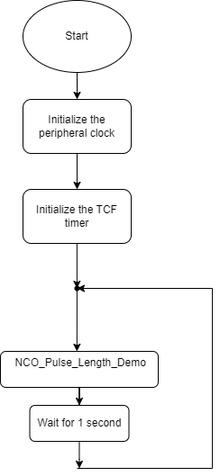
microchip-pic-avr-examples/avr16eb32-getting-started-with-tcf-mplab-mcc keeps this draw.io diagram as images/ncoFixedDutyCycleFlowchart.png. Above is the earlier version. Source tidied: cells renumbered, new cells last; positions are measured from the earlier drawing's top-left corner, leaving out a move shared by most shapes.
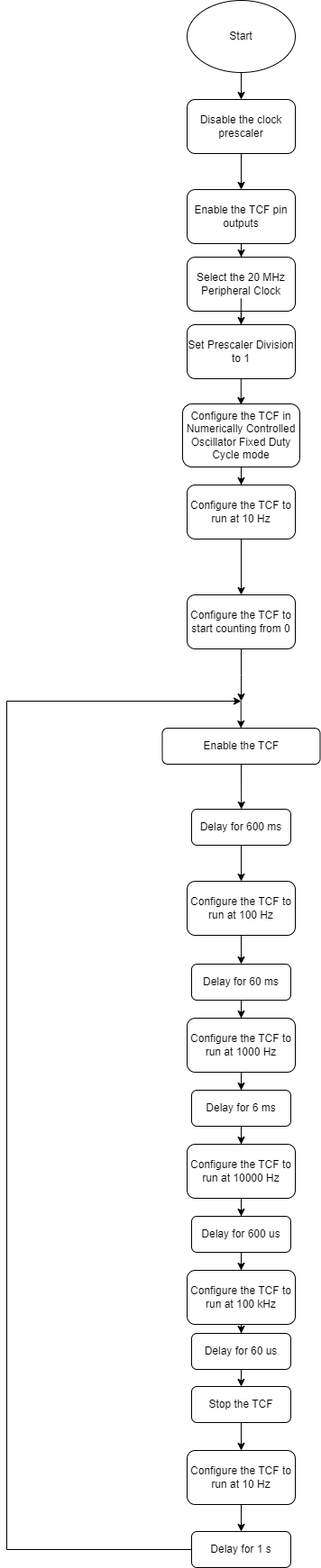
Above is the later version.

The edit, as a diff of the source:
```diff
@@ -11,55 +11,156 @@
     <mxCell id="4" style="edgeStyle=orthogonalEdgeStyle;rounded=0;jettySize=auto;html=1;" parent="1" edge="1" source="5" target="6">
       <mxGeometry relative="1" as="geometry" />
     </mxCell>
-    <mxCell id="5" value="Initialize the peripheral clock" style="rounded=1;whiteSpace=wrap;html=1;" parent="1" vertex="1">
+    <mxCell id="5" value="Disable the clock prescaler" style="rounded=1;whiteSpace=wrap;html=1;" parent="1" vertex="1">
       <mxGeometry x="25" y="110" width="120" height="60" as="geometry" />
     </mxCell>
+    <mxCell id="16" style="edgeStyle=orthogonalEdgeStyle;rounded=0;jettySize=auto;html=1;" parent="1" edge="1" source="6" target="19">
+      <mxGeometry relative="1" as="geometry" />
+    </mxCell>
-    <mxCell id="6" value="Initialize the TCF timer" style="rounded=1;whiteSpace=wrap;html=1;" parent="1" vertex="1">
+    <mxCell id="6" value="Enable the TCF pin outputs" style="rounded=1;whiteSpace=wrap;html=1;" parent="1" vertex="1">
       <mxGeometry x="25" y="210" width="120" height="60" as="geometry" />
     </mxCell>
-    <mxCell id="7" style="edgeStyle=orthogonalEdgeStyle;rounded=0;jettySize=auto;html=1;" parent="1" edge="1" source="8" target="15">
-      <mxGeometry relative="1" as="geometry" />
-    </mxCell>
-    <mxCell id="8" value="&lt;div&gt;&amp;nbsp;NCO_Pulse_Length_Demo&lt;/div&gt;&lt;div&gt;&lt;br&gt;&lt;/div&gt;" style="rounded=1;whiteSpace=wrap;html=1;" parent="1" vertex="1">
-      <mxGeometry y="390" width="175" height="40" as="geometry" />
+    <mxCell id="8" value="Enable the TCF" style="rounded=1;whiteSpace=wrap;html=1;" parent="1" vertex="1">
+      <mxGeometry x="-2.5" y="808" width="175" height="40" as="geometry" />
     </mxCell>
-    <mxCell id="9" style="endArrow=classic;html=1;rounded=0;" parent="1" edge="1">
-      <mxGeometry relative="1" as="geometry">
-        <mxPoint x="84.9" y="270" as="sourcePoint" />
-        <mxPoint x="84.9" y="320" as="targetPoint" />
-      </mxGeometry>
-    </mxCell>
-    <mxCell id="10" style="endArrow=classic;html=1;rounded=0;entryX=0.441;entryY=0.667;entryDx=0;entryDy=0;entryPerimeter=0;" parent="1" edge="1">
-      <mxGeometry relative="1" as="geometry">
-        <mxPoint x="84.9" y="320" as="sourcePoint" />
-        <mxPoint x="84.9" y="390" as="targetPoint" />
-      </mxGeometry>
-    </mxCell>
-    <mxCell id="11" style="endArrow=classic;html=1;rounded=0;edgeStyle=orthogonalEdgeStyle;" parent="1" edge="1" source="13">
-      <mxGeometry relative="1" as="geometry">
-        <mxPoint x="85" y="320" as="targetPoint" />
-      </mxGeometry>
-    </mxCell>
-    <mxCell id="12" style="endArrow=classic;html=1;rounded=0;edgeStyle=orthogonalEdgeStyle;" parent="1" edge="1" target="13">
-      <mxGeometry relative="1" as="geometry">
-        <mxPoint x="85" y="520" as="sourcePoint" />
-        <Array as="points">
-          <mxPoint x="85" y="520" />
-          <mxPoint x="235" y="520" />
-          <mxPoint x="235" y="320" />
-        </Array>
-      </mxGeometry>
-    </mxCell>
-    <mxCell id="13" style="shape=waypoint;sketch=0;fillStyle=solid;size=6;points=[];fillColor=none;perimeter=centerPerimeter;snapToPoint=1;" parent="1" vertex="1">
-      <mxGeometry x="75" y="310" width="20" height="20" as="geometry" />
-    </mxCell>
-    <mxCell id="14" style="edgeStyle=orthogonalEdgeStyle;rounded=0;jettySize=auto;html=1;" parent="1" edge="1" source="15">
-      <mxGeometry relative="1" as="geometry">
-        <mxPoint x="87.5" y="520" as="targetPoint" />
-      </mxGeometry>
-    </mxCell>
+    <mxCell id="17" style="edgeStyle=orthogonalEdgeStyle;rounded=0;jettySize=auto;html=1;" parent="1" edge="1" source="15" target="29">
+      <mxGeometry relative="1" as="geometry" />
+    </mxCell>
-    <mxCell id="15" value="Wait for 1 second" style="rounded=1;whiteSpace=wrap;html=1;" parent="1" vertex="1">
-      <mxGeometry x="32.5" y="450" width="110" height="40" as="geometry" />
+    <mxCell id="15" value="Delay for 600 ms" style="rounded=1;whiteSpace=wrap;html=1;" parent="1" vertex="1">
+      <mxGeometry x="30" y="898" width="110" height="40" as="geometry" />
     </mxCell>
+    <mxCell id="18" style="edgeStyle=orthogonalEdgeStyle;rounded=0;jettySize=auto;html=1;" parent="1" edge="1" source="19" target="39">
+      <mxGeometry relative="1" as="geometry" />
+    </mxCell>
+    <mxCell id="19" value="Select the 20 MHz Peripheral Clock" style="rounded=1;whiteSpace=wrap;html=1;" parent="1" vertex="1">
+      <mxGeometry x="25" y="285" width="120" height="60" as="geometry" />
+    </mxCell>
+    <mxCell id="20" style="edgeStyle=orthogonalEdgeStyle;rounded=0;jettySize=auto;html=1;" parent="1" edge="1" source="21" target="23">
+      <mxGeometry relative="1" as="geometry" />
+    </mxCell>
+    <mxCell id="21" value="Configure the TCF in Numerically Controlled Oscillator Fixed Duty Cycle mode" style="rounded=1;whiteSpace=wrap;html=1;" parent="1" vertex="1">
+      <mxGeometry x="20" y="448" width="130" height="70" as="geometry" />
+    </mxCell>
+    <mxCell id="22" style="edgeStyle=orthogonalEdgeStyle;rounded=0;jettySize=auto;html=1;" parent="1" edge="1" source="23" target="26">
+      <mxGeometry relative="1" as="geometry" />
+    </mxCell>
+    <mxCell id="23" value="Configure the TCF to run at 10 Hz" style="rounded=1;whiteSpace=wrap;html=1;" parent="1" vertex="1">
+      <mxGeometry x="25" y="538" width="120" height="60" as="geometry" />
+    </mxCell>
+    <mxCell id="24" style="edgeStyle=orthogonalEdgeStyle;rounded=0;jettySize=auto;html=1;" parent="1" edge="1" source="26" target="27">
+      <mxGeometry relative="1" as="geometry">
+        <Array as="points">
+          <mxPoint x="85" y="740" />
+        </Array>
+      </mxGeometry>
+    </mxCell>
+    <mxCell id="25" style="edgeStyle=orthogonalEdgeStyle;rounded=0;jettySize=auto;html=1;" parent="1" edge="1" source="26">
+      <mxGeometry relative="1" as="geometry">
+        <mxPoint x="85" y="778" as="targetPoint" />
+      </mxGeometry>
+    </mxCell>
+    <mxCell id="26" value="Configure the TCF to start counting from 0" style="rounded=1;whiteSpace=wrap;html=1;" parent="1" vertex="1">
+      <mxGeometry x="25" y="660" width="120" height="60" as="geometry" />
+    </mxCell>
+    <mxCell id="27" style="ellipse;whiteSpace=wrap;html=1;" parent="1" vertex="1">
+      <mxGeometry x="-325" y="-240" as="geometry" />
+    </mxCell>
+    <mxCell id="28" style="edgeStyle=orthogonalEdgeStyle;rounded=0;jettySize=auto;html=1;" parent="1" edge="1" source="29" target="41">
+      <mxGeometry relative="1" as="geometry" />
+    </mxCell>
+    <mxCell id="29" value="Configure the TCF to run at 100 Hz" style="rounded=1;whiteSpace=wrap;html=1;" parent="1" vertex="1">
+      <mxGeometry x="25" y="978" width="120" height="60" as="geometry" />
+    </mxCell>
+    <mxCell id="30" style="endArrow=classic;html=1;rounded=0;exitX=0.5;exitY=1;exitDx=0;exitDy=0;" parent="1" edge="1" source="8">
+      <mxGeometry relative="1" as="geometry">
+        <mxPoint x="85.2" y="898" as="targetPoint" />
+      </mxGeometry>
+    </mxCell>
+    <mxCell id="31" style="edgeStyle=orthogonalEdgeStyle;rounded=0;jettySize=auto;html=1;entryX=0.5;entryY=0;entryDx=0;entryDy=0;" parent="1" edge="1" target="34">
+      <mxGeometry relative="1" as="geometry">
+        <mxPoint x="85" y="1579" as="sourcePoint" />
+      </mxGeometry>
+    </mxCell>
+    <mxCell id="32" value="Stop the TCF" style="rounded=1;whiteSpace=wrap;html=1;" parent="1" vertex="1">
+      <mxGeometry x="30" y="1539" width="110" height="40" as="geometry" />
+    </mxCell>
+    <mxCell id="33" style="edgeStyle=orthogonalEdgeStyle;rounded=0;jettySize=auto;html=1;" parent="1" edge="1" source="34" target="36">
+      <mxGeometry relative="1" as="geometry" />
+    </mxCell>
+    <mxCell id="34" value="Configure the TCF to run at 10 Hz" style="rounded=1;whiteSpace=wrap;html=1;" parent="1" vertex="1">
+      <mxGeometry x="25" y="1610" width="120" height="60" as="geometry" />
+    </mxCell>
+    <mxCell id="35" style="edgeStyle=orthogonalEdgeStyle;rounded=0;jettySize=auto;html=1;exitX=0;exitY=0.5;exitDx=0;exitDy=0;" parent="1" edge="1" source="36">
+      <mxGeometry relative="1" as="geometry">
+        <mxPoint x="85" y="778" as="targetPoint" />
+        <Array as="points">
+          <mxPoint x="-175" y="1720" />
+          <mxPoint x="-175" y="778" />
+        </Array>
+      </mxGeometry>
+    </mxCell>
+    <mxCell id="36" value="Delay for 1 s" style="rounded=1;whiteSpace=wrap;html=1;" parent="1" vertex="1">
+      <mxGeometry x="30" y="1700" width="110" height="40" as="geometry" />
+    </mxCell>
+    <mxCell id="37" style="endArrow=classic;html=1;rounded=0;" parent="1" edge="1">
+      <mxGeometry relative="1" as="geometry">
+        <mxPoint x="84.7" y="778" as="sourcePoint" />
+        <mxPoint x="84.7" y="808" as="targetPoint" />
+      </mxGeometry>
+    </mxCell>
+    <mxCell id="38" style="edgeStyle=orthogonalEdgeStyle;rounded=0;orthogonalLoop=1;jettySize=auto;html=1;" parent="1" edge="1">
+      <mxGeometry relative="1" as="geometry">
+        <mxPoint x="84.8" y="331" as="sourcePoint" />
+        <mxPoint x="84.8" y="449" as="targetPoint" />
+      </mxGeometry>
+    </mxCell>
+    <mxCell id="39" value="Set Prescaler Division to 1" style="rounded=1;whiteSpace=wrap;html=1;" parent="1" vertex="1">
+      <mxGeometry x="25" y="360" width="120" height="60" as="geometry" />
+    </mxCell>
+    <mxCell id="40" style="edgeStyle=orthogonalEdgeStyle;rounded=0;jettySize=auto;html=1;" parent="1" edge="1" source="41" target="43">
+      <mxGeometry relative="1" as="geometry" />
+    </mxCell>
+    <mxCell id="41" value="Delay for 60 ms" style="rounded=1;whiteSpace=wrap;html=1;" parent="1" vertex="1">
+      <mxGeometry x="30" y="1070" width="110" height="40" as="geometry" />
+    </mxCell>
+    <mxCell id="42" style="edgeStyle=orthogonalEdgeStyle;rounded=0;jettySize=auto;html=1;entryX=0.5;entryY=0;entryDx=0;entryDy=0;" parent="1" edge="1" source="43" target="45">
+      <mxGeometry relative="1" as="geometry" />
+    </mxCell>
+    <mxCell id="43" value="Configure the TCF to run at 1000 Hz" style="rounded=1;whiteSpace=wrap;html=1;" parent="1" vertex="1">
+      <mxGeometry x="25" y="1130" width="120" height="60" as="geometry" />
+    </mxCell>
+    <mxCell id="44" style="edgeStyle=orthogonalEdgeStyle;rounded=0;jettySize=auto;html=1;" parent="1" edge="1" source="45" target="47">
+      <mxGeometry relative="1" as="geometry" />
+    </mxCell>
+    <mxCell id="45" value="Delay for 6 ms" style="rounded=1;whiteSpace=wrap;html=1;" parent="1" vertex="1">
+      <mxGeometry x="30" y="1210" width="110" height="40" as="geometry" />
+    </mxCell>
+    <mxCell id="46" style="edgeStyle=orthogonalEdgeStyle;rounded=0;jettySize=auto;html=1;entryX=0.5;entryY=0;entryDx=0;entryDy=0;" parent="1" edge="1" source="47" target="49">
+      <mxGeometry relative="1" as="geometry" />
+    </mxCell>
+    <mxCell id="47" value="Configure the TCF to run at 10000 Hz" style="rounded=1;whiteSpace=wrap;html=1;" parent="1" vertex="1">
+      <mxGeometry x="25" y="1270" width="120" height="60" as="geometry" />
+    </mxCell>
+    <mxCell id="48" style="edgeStyle=orthogonalEdgeStyle;rounded=0;jettySize=auto;html=1;" parent="1" edge="1" source="49" target="51">
+      <mxGeometry relative="1" as="geometry" />
+    </mxCell>
+    <mxCell id="49" value="Delay for 600 us" style="rounded=1;whiteSpace=wrap;html=1;" parent="1" vertex="1">
+      <mxGeometry x="30" y="1350" width="110" height="40" as="geometry" />
+    </mxCell>
+    <mxCell id="50" style="edgeStyle=orthogonalEdgeStyle;rounded=0;jettySize=auto;html=1;" parent="1" edge="1" source="51" target="53">
+      <mxGeometry relative="1" as="geometry" />
+    </mxCell>
+    <mxCell id="51" value="Configure the TCF to run at 100 kHz" style="rounded=1;whiteSpace=wrap;html=1;" parent="1" vertex="1">
+      <mxGeometry x="25" y="1410" width="120" height="60" as="geometry" />
+    </mxCell>
+    <mxCell id="52" style="edgeStyle=orthogonalEdgeStyle;rounded=0;orthogonalLoop=1;jettySize=auto;html=1;entryX=0.5;entryY=0;entryDx=0;entryDy=0;" parent="1" edge="1">
+      <mxGeometry relative="1" as="geometry">
+        <mxPoint x="85" y="1520" as="sourcePoint" />
+        <mxPoint x="85" y="1539" as="targetPoint" />
+      </mxGeometry>
+    </mxCell>
+    <mxCell id="53" value="Delay for 60 us" style="rounded=1;whiteSpace=wrap;html=1;" parent="1" vertex="1">
+      <mxGeometry x="30" y="1480" width="110" height="40" as="geometry" />
+    </mxCell>
   </root>
 </mxGraphModel>
```
